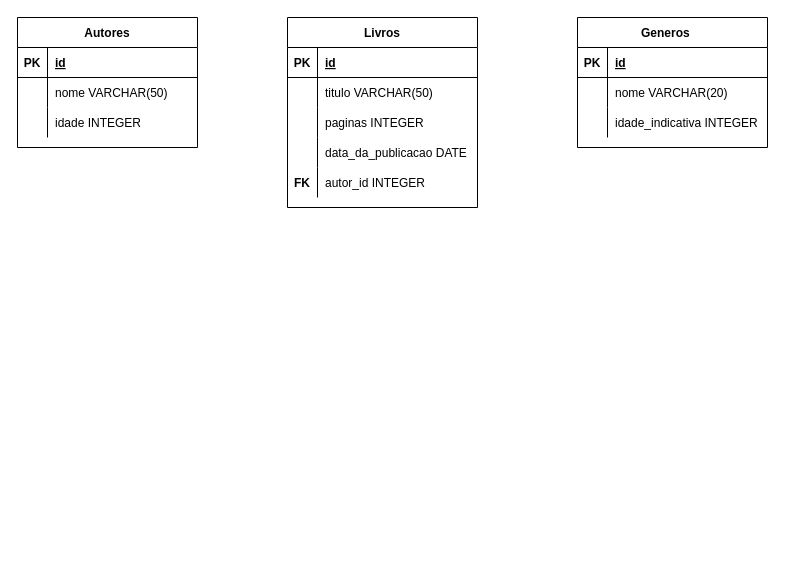
This is Biblio.drawio from Poketnans/dwawio-diagrams, a draw.io file, before an edit. Source tidied: cells renumbered, new cells numbered last; positions are measured from the earlier drawing's top-left corner, leaving out a move shared by most shapes. Both pictures are drawn from the tidied source at 100%, with x=0, y=0 at pixel (17, 17).
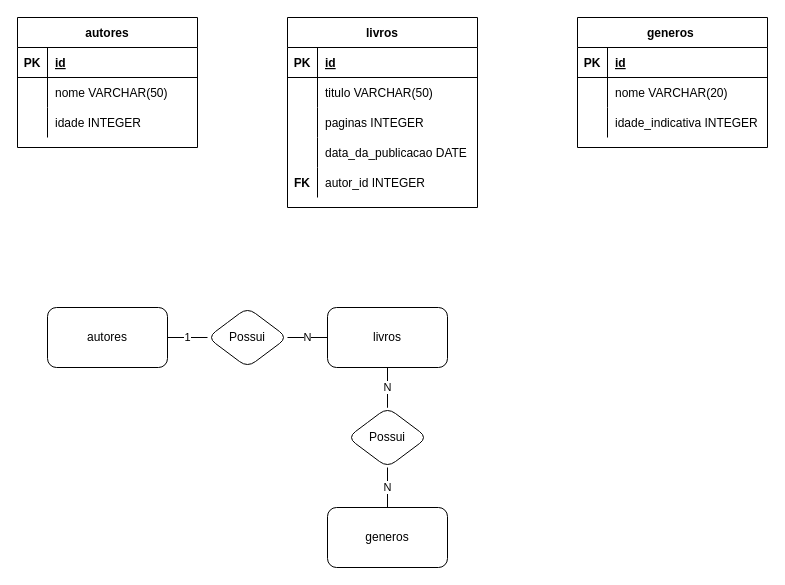
The same page after the edit.

Commit message:
feat: Inserts relations between entities

Change to the diagram source:
```diff
@@
-    <mxCell id="2" value="Autores" style="shape=table;startSize=30;childLayout=tableLayout;rowLines=0;fontStyle=1;align=center;" parent="1" vertex="1">
+    <mxCell id="2" value="autores" style="shape=table;startSize=30;childLayout=tableLayout;rowLines=0;fontStyle=1;align=center;" parent="1" vertex="1">
       <mxGeometry width="180" height="130" as="geometry" />
     </mxCell>
@@
-    <mxCell id="12" value="Livros" style="shape=table;startSize=30;childLayout=tableLayout;rowLines=0;fontStyle=1;align=center;" parent="1" vertex="1">
+    <mxCell id="12" value="livros" style="shape=table;startSize=30;childLayout=tableLayout;rowLines=0;fontStyle=1;align=center;" parent="1" vertex="1">
       <mxGeometry x="270" width="190" height="190" as="geometry" />
     </mxCell>
@@
-    <mxCell id="28" value="Generos    " style="shape=table;startSize=30;childLayout=tableLayout;rowLines=0;fontStyle=1;align=center;" parent="1" vertex="1">
+    <mxCell id="28" value="generos " style="shape=table;startSize=30;childLayout=tableLayout;rowLines=0;fontStyle=1;align=center;" parent="1" vertex="1">
       <mxGeometry x="560" width="190" height="130" as="geometry" />
     </mxCell>
@@
+    <mxCell id="38" style="edgeStyle=orthogonalEdgeStyle;jettySize=auto;html=1;exitX=1;exitY=0.5;exitDx=0;exitDy=0;entryX=0;entryY=0.5;entryDx=0;entryDy=0;strokeColor=none;rounded=0;endArrow=openThin;endFill=0;" parent="1" edge="1" source="40">
+      <mxGeometry relative="1" as="geometry">
+        <mxPoint x="190" y="320" as="targetPoint" />
+      </mxGeometry>
+    </mxCell>
+    <mxCell id="39" value="1" style="edgeStyle=none;rounded=0;sketch=0;jumpStyle=none;jettySize=auto;html=1;shadow=0;endArrow=none;endFill=0;" parent="1" edge="1" source="40" target="42">
+      <mxGeometry relative="1" as="geometry" />
+    </mxCell>
+    <mxCell id="40" value="autores" style="rounded=1;whiteSpace=wrap;html=1;" parent="1" vertex="1">
+      <mxGeometry x="30" y="290" width="120" height="60" as="geometry" />
+    </mxCell>
+    <mxCell id="41" value="N" style="edgeStyle=none;rounded=0;sketch=0;jumpStyle=none;jettySize=auto;html=1;exitX=1;exitY=0.5;exitDx=0;exitDy=0;shadow=0;endArrow=none;endFill=0;" parent="1" edge="1" source="42" target="45">
+      <mxGeometry relative="1" as="geometry" />
+    </mxCell>
+    <mxCell id="42" value="Possui" style="rhombus;whiteSpace=wrap;html=1;rounded=1;" parent="1" vertex="1">
+      <mxGeometry x="190" y="290" width="80" height="60" as="geometry" />
+    </mxCell>
+    <mxCell id="43" style="edgeStyle=none;rounded=0;sketch=0;jumpStyle=none;jettySize=auto;html=1;shadow=0;endArrow=none;endFill=0;" parent="1" edge="1" source="45" target="47">
+      <mxGeometry relative="1" as="geometry" />
+    </mxCell>
+    <mxCell id="44" value="N" style="edgeStyle=none;rounded=0;sketch=0;jumpStyle=none;jettySize=auto;html=1;shadow=0;endArrow=none;endFill=0;" parent="1" edge="1" source="45" target="47">
+      <mxGeometry relative="1" as="geometry" />
+    </mxCell>
+    <mxCell id="45" value="livros" style="whiteSpace=wrap;html=1;rounded=1;" parent="1" vertex="1">
+      <mxGeometry x="310" y="290" width="120" height="60" as="geometry" />
+    </mxCell>
+    <mxCell id="46" value="N" style="edgeStyle=none;rounded=0;sketch=0;jumpStyle=none;jettySize=auto;html=1;shadow=0;endArrow=none;endFill=0;" parent="1" edge="1" source="47" target="48">
+      <mxGeometry relative="1" as="geometry" />
+    </mxCell>
+    <mxCell id="47" value="Possui" style="rhombus;whiteSpace=wrap;html=1;rounded=1;" parent="1" vertex="1">
+      <mxGeometry x="330" y="390" width="80" height="60" as="geometry" />
+    </mxCell>
+    <mxCell id="48" value="generos" style="whiteSpace=wrap;html=1;rounded=1;" parent="1" vertex="1">
+      <mxGeometry x="310" y="490" width="120" height="60" as="geometry" />
+    </mxCell>
```
